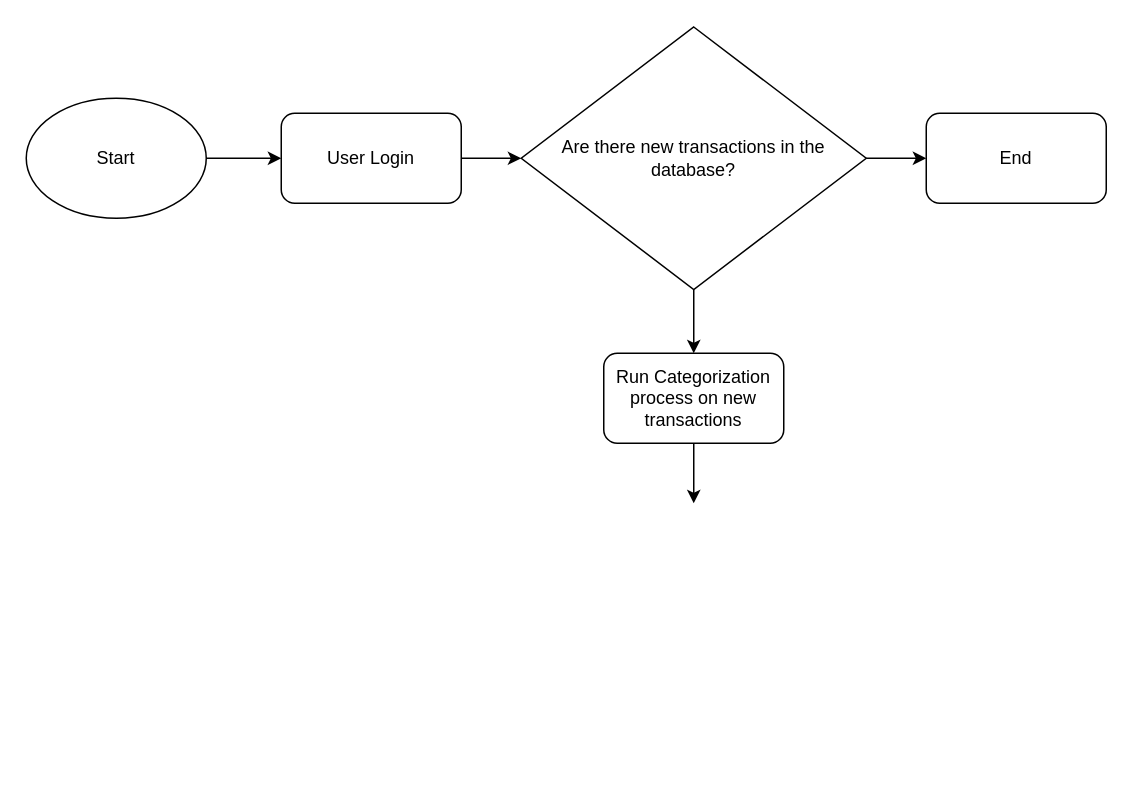
This is src/Budget Transaction Categorization.drawio from AKing982/BudgetBuddy, a draw.io file, before an edit. Source tidied: cells renumbered, new cells numbered last; positions are measured from the earlier drawing's top-left corner, leaving out a move shared by most shapes. Both pictures are drawn from the tidied source at 150%, with x=0, y=0 at pixel (26, 26).
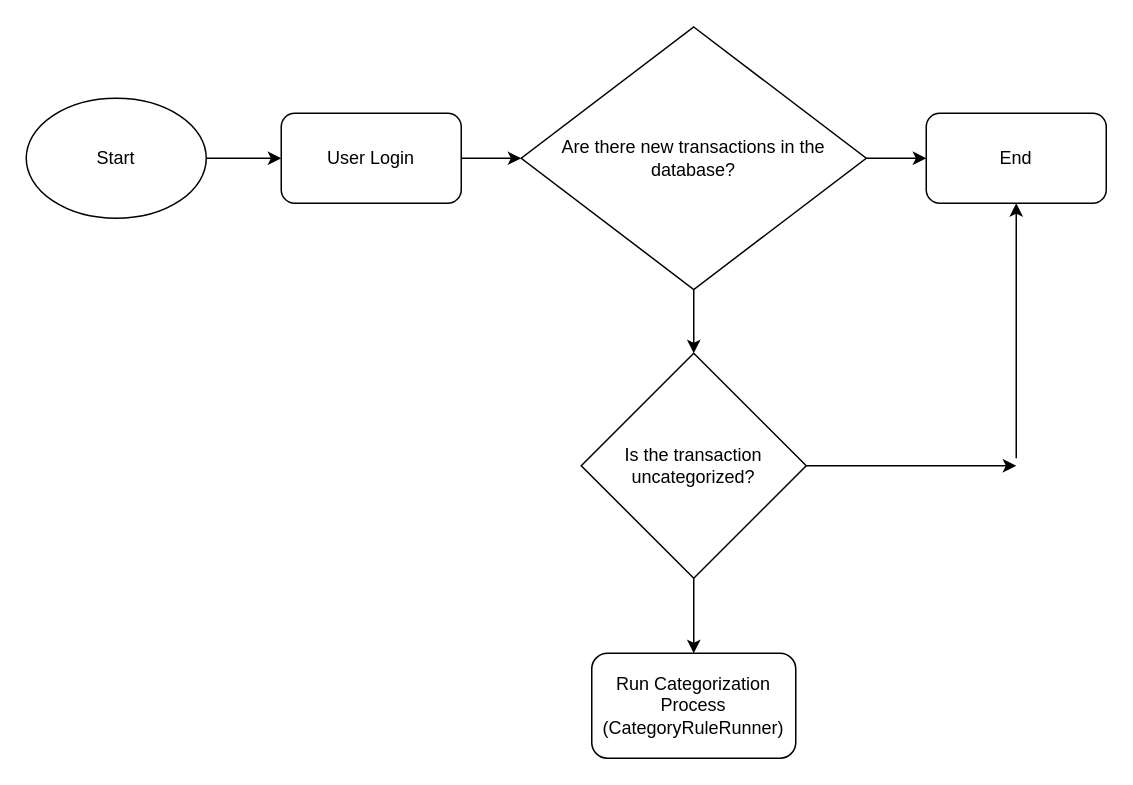
After the change.

The edit, as a diff of the source:
```diff
@@
 <mxGraphModel>
   <root>
     <mxCell id="0" />
     <mxCell id="1" parent="0" />
     <mxCell id="2" value="Start" style="ellipse;whiteSpace=wrap;html=1;" parent="1" vertex="1">
       <mxGeometry y="48" width="120" height="80" as="geometry" />
     </mxCell>
     <mxCell id="3" style="endArrow=classic;html=1;rounded=0;exitX=1;exitY=0.5;exitDx=0;exitDy=0;" parent="1" edge="1" source="2">
       <mxGeometry relative="1" as="geometry">
         <mxPoint x="170" y="88" as="targetPoint" />
       </mxGeometry>
     </mxCell>
     <mxCell id="4" value="User Login" style="rounded=1;whiteSpace=wrap;html=1;" parent="1" vertex="1">
       <mxGeometry x="170" y="58" width="120" height="60" as="geometry" />
     </mxCell>
     <mxCell id="5" style="endArrow=classic;html=1;rounded=0;exitX=1;exitY=0.5;exitDx=0;exitDy=0;" parent="1" edge="1" source="4">
       <mxGeometry relative="1" as="geometry">
         <mxPoint x="330" y="88" as="targetPoint" />
       </mxGeometry>
     </mxCell>
     <mxCell id="6" value="Are there new transactions in the database?" style="rhombus;whiteSpace=wrap;html=1;" parent="1" vertex="1">
       <mxGeometry x="330" y="0.5" width="230" height="175" as="geometry" />
     </mxCell>
     <mxCell id="7" style="endArrow=classic;html=1;rounded=0;exitX=1;exitY=0.5;exitDx=0;exitDy=0;" parent="1" edge="1" source="6">
       <mxGeometry relative="1" as="geometry">
         <mxPoint x="600" y="88" as="targetPoint" />
       </mxGeometry>
     </mxCell>
     <mxCell id="8" style="endArrow=classic;html=1;rounded=0;exitX=0.5;exitY=1;exitDx=0;exitDy=0;" parent="1" edge="1" source="6">
       <mxGeometry relative="1" as="geometry">
         <mxPoint x="445" y="218" as="targetPoint" />
       </mxGeometry>
     </mxCell>
-    <mxCell id="9" value="Run Categorization process on new transactions" style="rounded=1;whiteSpace=wrap;html=1;" parent="1" vertex="1">
-      <mxGeometry x="385" y="218" width="120" height="60" as="geometry" />
-    </mxCell>
-    <mxCell id="10" style="endArrow=classic;html=1;rounded=0;exitX=0.5;exitY=1;exitDx=0;exitDy=0;" parent="1" edge="1" source="9">
-      <mxGeometry relative="1" as="geometry">
-        <mxPoint x="445" y="318" as="targetPoint" />
-      </mxGeometry>
-    </mxCell>
     <mxCell id="11" value="End" style="rounded=1;whiteSpace=wrap;html=1;" parent="1" vertex="1">
       <mxGeometry x="600" y="58" width="120" height="60" as="geometry" />
     </mxCell>
+    <mxCell id="12" value="Is the transaction uncategorized?" style="rhombus;whiteSpace=wrap;html=1;" parent="1" vertex="1">
+      <mxGeometry x="370" y="218" width="150" height="150" as="geometry" />
+    </mxCell>
+    <mxCell id="13" style="endArrow=classic;html=1;rounded=0;exitX=0.5;exitY=1;exitDx=0;exitDy=0;" parent="1" edge="1" source="12">
+      <mxGeometry relative="1" as="geometry">
+        <mxPoint x="445" y="418" as="targetPoint" />
+      </mxGeometry>
+    </mxCell>
+    <mxCell id="14" style="endArrow=classic;html=1;rounded=0;exitX=1;exitY=0.5;exitDx=0;exitDy=0;" parent="1" edge="1" source="12">
+      <mxGeometry relative="1" as="geometry">
+        <mxPoint x="660" y="293" as="targetPoint" />
+      </mxGeometry>
+    </mxCell>
+    <mxCell id="15" value="Run Categorization Process (CategoryRuleRunner)" style="rounded=1;whiteSpace=wrap;html=1;" parent="1" vertex="1">
+      <mxGeometry x="377" y="418" width="136" height="70" as="geometry" />
+    </mxCell>
+    <mxCell id="16" style="endArrow=classic;html=1;rounded=0;entryX=0.5;entryY=1;entryDx=0;entryDy=0;" parent="1" edge="1" target="11">
+      <mxGeometry relative="1" as="geometry">
+        <mxPoint x="660" y="288" as="sourcePoint" />
+      </mxGeometry>
+    </mxCell>
   </root>
 </mxGraphModel>
```
